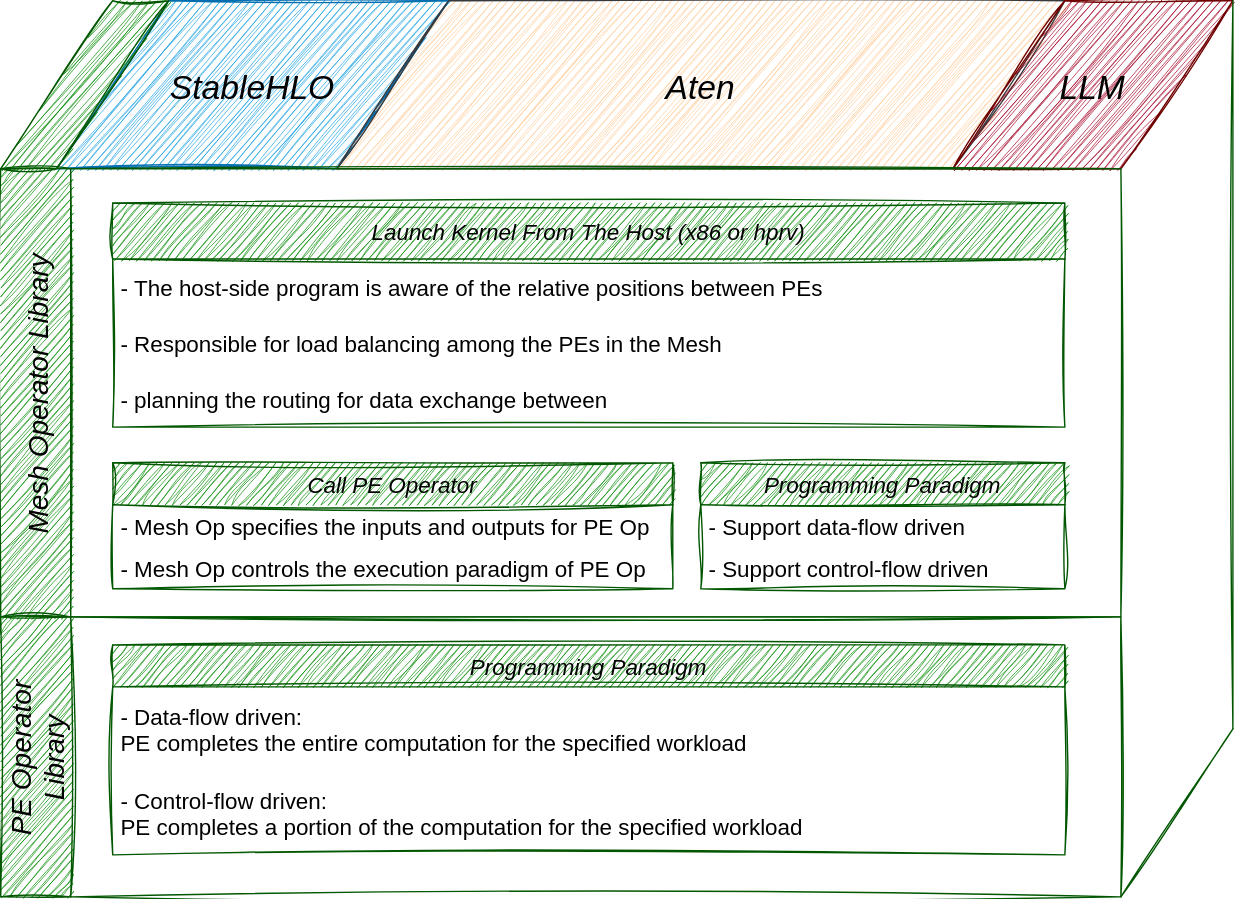
Above: doc/com_operator.drawio.svg in matchdiy/memo (draw.io), before the change. Source tidied: cells renumbered, new cells last; positions are measured from the earlier drawing's top-left corner, leaving out a move shared by most shapes.
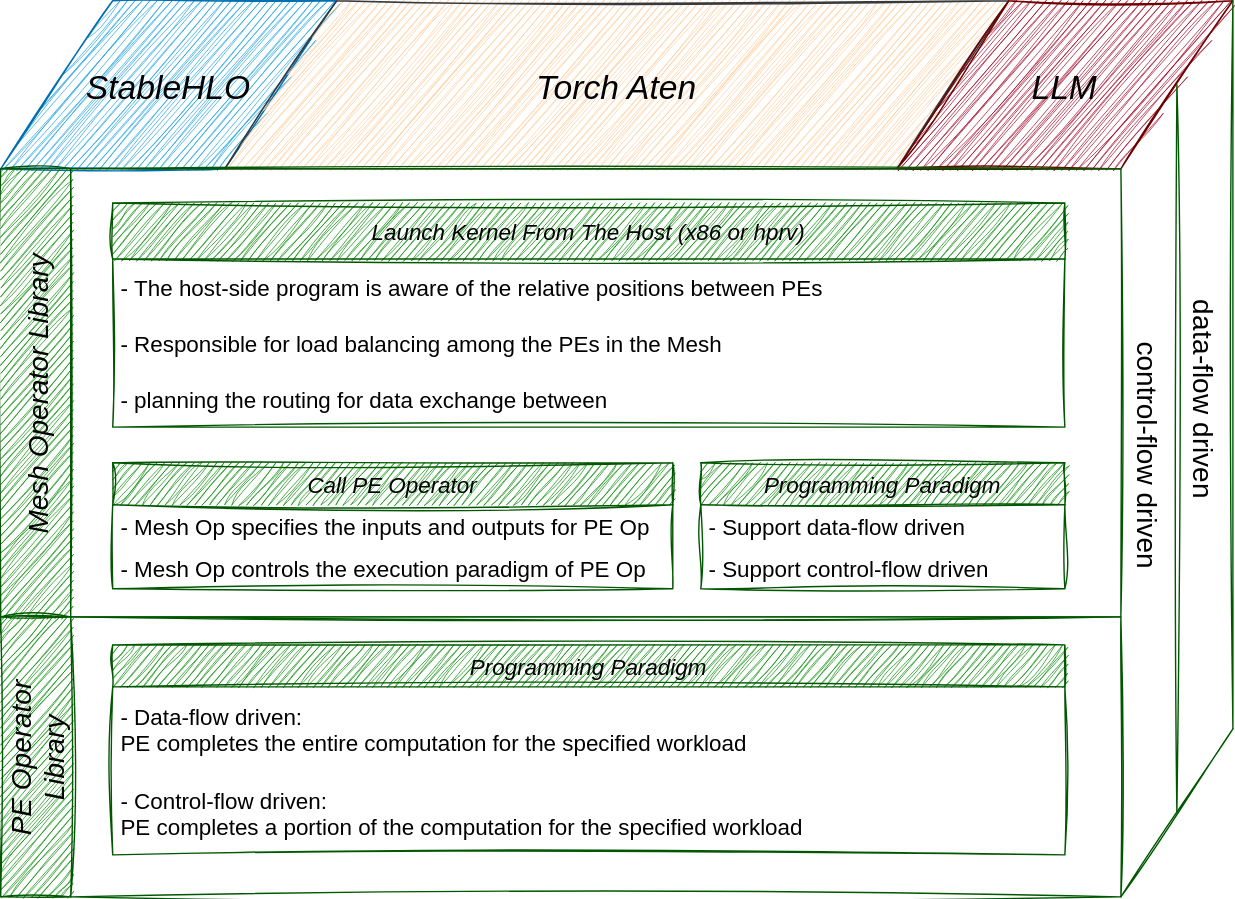
Above is the later version.

What changed in the source:
```diff
@@ -3,13 +3,13 @@
     <mxCell id="0" />
     <mxCell id="1" parent="0" />
     <mxCell id="2" value="StableHLO" style="shape=parallelogram;perimeter=parallelogramPerimeter;fixedSize=1;size=80;fontColor=default;fontSize=24;fillColor=#1ba1e2;strokeColor=#006EAF;sketch=1;curveFitting=1;jiggle=2;fontStyle=2;" parent="1" vertex="1">
-      <mxGeometry x="40" width="280" height="120" as="geometry" />
+      <mxGeometry width="240" height="120" as="geometry" />
     </mxCell>
-    <mxCell id="3" value="Aten" style="shape=parallelogram;perimeter=parallelogramPerimeter;fixedSize=1;size=80;fontSize=24;fillColor=#ffcc99;strokeColor=#36393d;sketch=1;curveFitting=1;jiggle=2;fontColor=default;fontStyle=2;" parent="1" vertex="1">
-      <mxGeometry x="240" width="520" height="120" as="geometry" />
+    <mxCell id="3" value="Torch Aten" style="shape=parallelogram;perimeter=parallelogramPerimeter;fixedSize=1;size=80;fontSize=24;fillColor=#ffcc99;strokeColor=#36393d;sketch=1;curveFitting=1;jiggle=2;fontColor=default;fontStyle=2;" parent="1" vertex="1">
+      <mxGeometry x="160" width="560" height="120" as="geometry" />
     </mxCell>
     <mxCell id="4" value="LLM" style="shape=parallelogram;perimeter=parallelogramPerimeter;fixedSize=1;size=80;fontColor=default;fontSize=24;fillColor=#a20025;strokeColor=#6F0000;sketch=1;curveFitting=1;jiggle=2;fontStyle=2;" parent="1" vertex="1">
-      <mxGeometry x="680" width="200" height="120" as="geometry" />
+      <mxGeometry x="640" width="240" height="120" as="geometry" />
     </mxCell>
     <mxCell id="5" style="endArrow=none;entryX=1;entryY=0;entryDx=0;entryDy=0;fontColor=default;sketch=1;curveFitting=1;jiggle=2;fillColor=#008a00;strokeColor=#005700;" parent="1" edge="1" target="4">
       <mxGeometry relative="1" as="geometry">
@@ -54,9 +54,6 @@
     <mxCell id="17" value="- Support control-flow driven" style="text;strokeColor=none;fillColor=none;align=left;verticalAlign=middle;spacingLeft=4;spacingRight=4;overflow=hidden;fontSize=16;fontColor=default;sketch=1;curveFitting=1;jiggle=2;" parent="15" vertex="1">
       <mxGeometry y="60" width="260" height="30" as="geometry" />
     </mxCell>
-    <mxCell id="18" style="shape=parallelogram;perimeter=parallelogramPerimeter;fixedSize=1;size=80;fontSize=24;rounded=0;sketch=1;curveFitting=1;jiggle=2;fontColor=default;fillColor=#008a00;strokeColor=#005700;fontStyle=2;" parent="1" vertex="1">
-      <mxGeometry width="120" height="120" as="geometry" />
-    </mxCell>
     <mxCell id="19" value="PE Operator &#10;Library" style="swimlane;horizontal=0;startSize=50;fontColor=default;fontSize=20;rounded=0;fillColor=#008a00;strokeColor=#005700;sketch=1;curveFitting=1;jiggle=2;fontStyle=2;" parent="1" vertex="1">
       <mxGeometry y="440" width="800" height="200" as="geometry" />
     </mxCell>
@@ -69,5 +66,16 @@
     <mxCell id="22" value="- Control-flow driven: &#10;   PE completes a portion of the computation for the specified workload" style="text;strokeColor=none;fillColor=none;align=left;verticalAlign=middle;spacingLeft=4;spacingRight=4;overflow=hidden;fontSize=16;fontColor=default;sketch=1;curveFitting=1;jiggle=2;" parent="20" vertex="1">
       <mxGeometry y="90" width="680" height="60" as="geometry" />
     </mxCell>
+    <mxCell id="23" style="endArrow=none;sketch=1;hachureGap=4;jiggle=2;curveFitting=1;fontFamily=Architects Daughter;fontSource=https%3A%2F%2Ffonts.googleapis.com%2Fcss%3Ffamily%3DArchitects%2BDaughter;fontSize=16;entryX=1;entryY=0.5;entryDx=0;entryDy=0;fillColor=#008a00;strokeColor=#005700;fontColor=default;" parent="1" edge="1" target="4">
+      <mxGeometry relative="1" as="geometry">
+        <mxPoint x="840" y="580" as="sourcePoint" />
+      </mxGeometry>
+    </mxCell>
+    <mxCell id="24" value="data-flow driven" style="text;align=center;verticalAlign=middle;strokeColor=none;fillColor=none;fontSize=20;fontFamily=Architects Daughter;hachureGap=4;fontSource=https%3A%2F%2Ffonts.googleapis.com%2Fcss%3Ffamily%3DArchitects%2BDaughter;rotation=90;sketch=1;curveFitting=1;jiggle=2;fontColor=default;" parent="1" vertex="1">
+      <mxGeometry x="780" y="265" width="160" height="40" as="geometry" />
+    </mxCell>
+    <mxCell id="25" value="control-flow driven" style="text;align=center;verticalAlign=middle;strokeColor=none;fillColor=none;fontSize=20;fontFamily=Helvetica;sketch=1;hachureGap=4;jiggle=2;curveFitting=1;fontSource=https%3A%2F%2Ffonts.googleapis.com%2Fcss%3Ffamily%3DArchitects%2BDaughter;rotation=90;fontColor=default;" parent="1" vertex="1">
+      <mxGeometry x="725" y="305" width="190" height="40" as="geometry" />
+    </mxCell>
   </root>
 </mxGraphModel>
```
